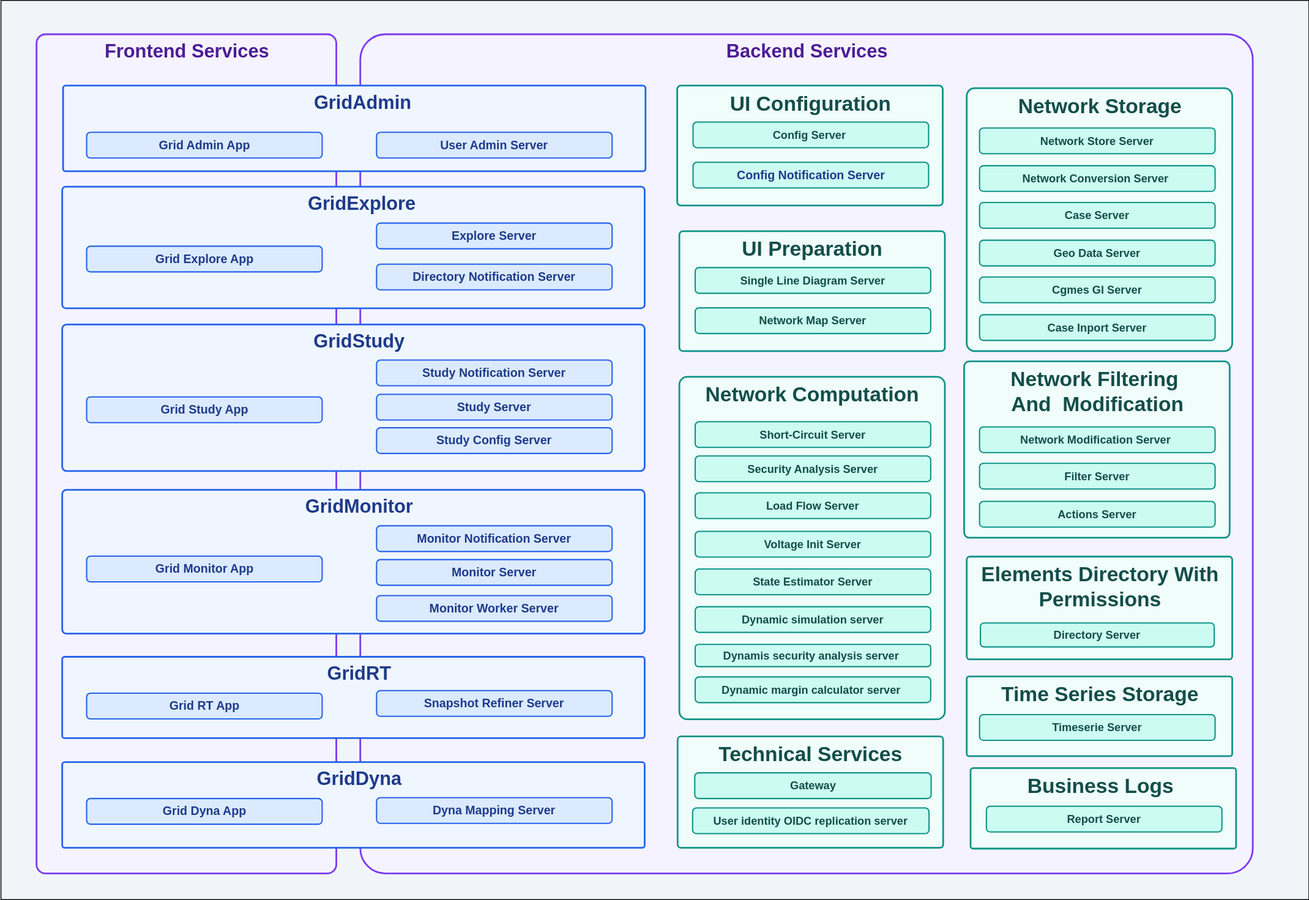
Earlier version of the draw.io export architecture/diagrams/BackendFrontend.drawio.svg (gridsuite/documentation). Source tidied: cells renumbered, new cells last; positions are measured from the earlier drawing's top-left corner, leaving out a move shared by most shapes.
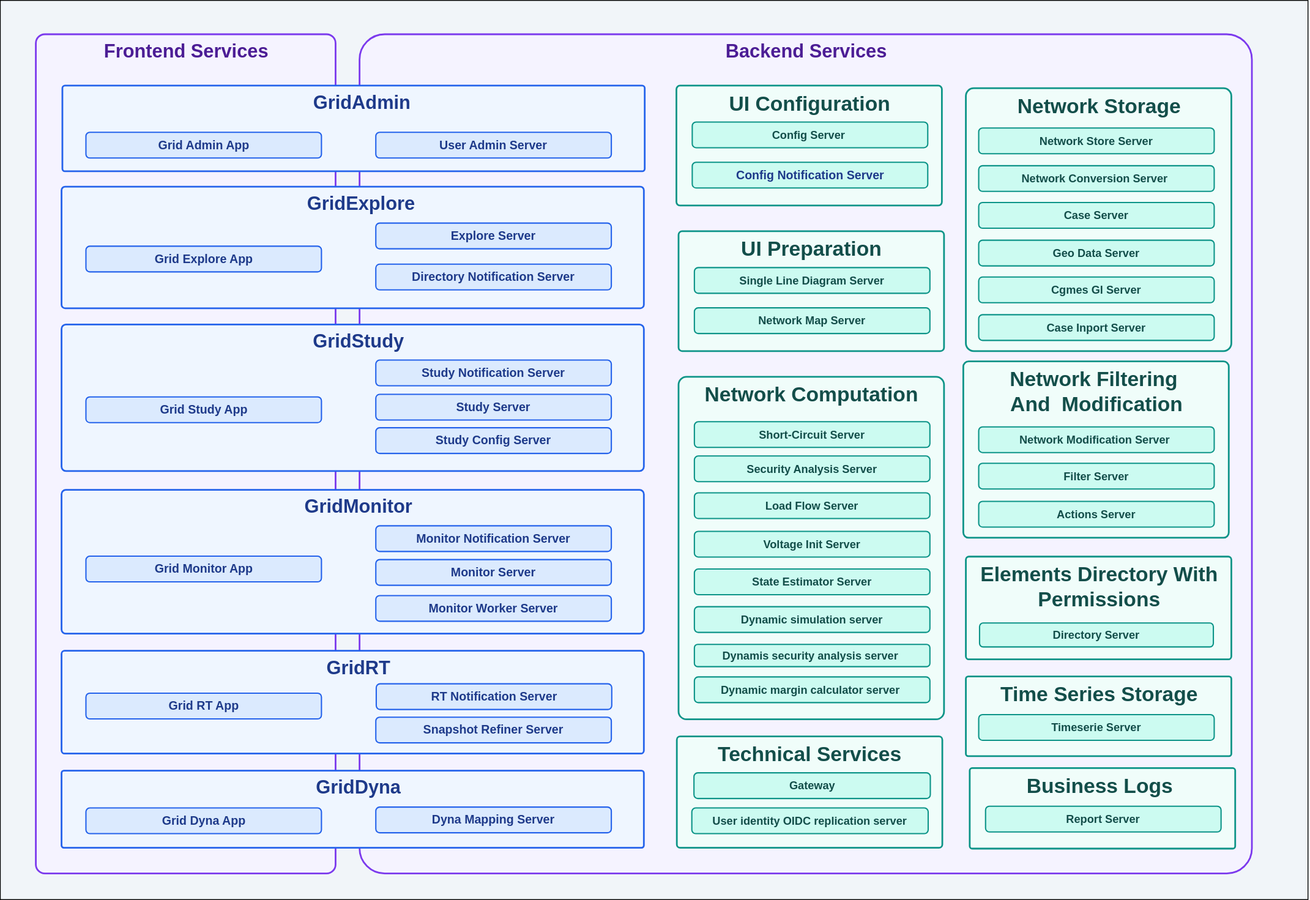
The same file after the commit.

Commit message:
Add RT Notification Server in services diagram and remove unnecessary drawio source file

The svg source file is sufficient.

The edit, as a diff of the source:
```diff
@@ -33,7 +33,7 @@
       <mxGeometry x="1128" y="103" width="310" height="307" as="geometry" />
     </mxCell>
     <mxCell id="12" value="&amp;nbsp; &amp;nbsp;GridRT&amp;nbsp;" style="rounded=1;whiteSpace=wrap;html=1;fillColor=#EFF6FF;align=center;verticalAlign=top;fontSize=22;strokeWidth=2;strokeColor=#2563EB;fontFamily=Helvetica;fontColor=#1E3A8A;arcSize=3;fontStyle=1;" parent="1" vertex="1">
-      <mxGeometry x="72" y="767" width="680" height="95" as="geometry" />
+      <mxGeometry x="72" y="760" width="680" height="120" as="geometry" />
     </mxCell>
     <mxCell id="13" value="Grid Admin App" style="rounded=1;whiteSpace=wrap;html=1;fontSize=14;fontStyle=1;fillColor=#DBEAFE;strokeColor=#2563EB;strokeWidth=1.5;fontColor=#1E3A8A;" parent="1" vertex="1">
       <mxGeometry x="100" y="154" width="275" height="30" as="geometry" />
@@ -93,7 +93,7 @@
       <mxGeometry x="100" y="809" width="275" height="30" as="geometry" />
     </mxCell>
     <mxCell id="32" value="Snapshot Refiner Server" style="rounded=1;whiteSpace=wrap;html=1;fontSize=14;fontStyle=1;fillColor=#DBEAFE;strokeColor=#2563EB;strokeWidth=1.5;fontColor=#1E3A8A;align=center;verticalAlign=middle;fontFamily=Helvetica;" parent="1" vertex="1">
-      <mxGeometry x="438.5" y="806" width="275" height="30" as="geometry" />
+      <mxGeometry x="438.5" y="837" width="275" height="30" as="geometry" />
     </mxCell>
     <mxCell id="33" value="State Estimator Server" style="rounded=1;whiteSpace=wrap;html=1;fontSize=13;fontStyle=1;fillColor=#CCFBF1;strokeColor=#0D9488;strokeWidth=1.5;fontColor=#134E4A;align=center;verticalAlign=middle;fontFamily=Helvetica;" parent="1" vertex="1">
       <mxGeometry x="810.5" y="664" width="275" height="30" as="geometry" />
@@ -123,13 +123,13 @@
       <mxGeometry x="1142.5" y="323" width="275" height="30" as="geometry" />
     </mxCell>
     <mxCell id="42" value="&amp;nbsp; &amp;nbsp;GridDyna&amp;nbsp;" style="rounded=1;whiteSpace=wrap;html=1;fillColor=#EFF6FF;align=center;verticalAlign=top;fontSize=22;strokeWidth=2;strokeColor=#2563EB;fontFamily=Helvetica;fontColor=#1E3A8A;arcSize=3;fontStyle=1;" parent="1" vertex="1">
-      <mxGeometry x="72" y="890" width="680" height="100" as="geometry" />
+      <mxGeometry x="72" y="900" width="680" height="90" as="geometry" />
     </mxCell>
     <mxCell id="43" value="Grid Dyna App" style="rounded=1;whiteSpace=wrap;html=1;fontSize=14;fontStyle=1;fillColor=#DBEAFE;strokeColor=#2563EB;strokeWidth=1.5;fontColor=#1E3A8A;" parent="1" vertex="1">
-      <mxGeometry x="100" y="932" width="275" height="30" as="geometry" />
+      <mxGeometry x="100" y="943" width="275" height="30" as="geometry" />
     </mxCell>
     <mxCell id="44" value="Dyna Mapping Server" style="rounded=1;whiteSpace=wrap;html=1;fontSize=14;fontStyle=1;fillColor=#DBEAFE;strokeColor=#2563EB;strokeWidth=1.5;fontColor=#1E3A8A;align=center;verticalAlign=middle;fontFamily=Helvetica;" parent="1" vertex="1">
-      <mxGeometry x="438.5" y="931" width="275" height="30" as="geometry" />
+      <mxGeometry x="438.5" y="942" width="275" height="30" as="geometry" />
     </mxCell>
     <mxCell id="45" value="Dynamic simulation server" style="rounded=1;whiteSpace=wrap;html=1;fontSize=13;fontStyle=1;fillColor=#CCFBF1;strokeColor=#0D9488;strokeWidth=1.5;fontColor=#134E4A;align=center;verticalAlign=middle;fontFamily=Helvetica;" parent="1" vertex="1">
       <mxGeometry x="810.5" y="708" width="275" height="30" as="geometry" />
@@ -188,5 +188,8 @@
     <mxCell id="63" value="Gateway" style="rounded=1;whiteSpace=wrap;html=1;fontSize=13;fontStyle=1;fillColor=#CCFBF1;strokeColor=#0D9488;strokeWidth=1.5;fontColor=#134E4A;align=center;verticalAlign=middle;fontFamily=Helvetica;" parent="1" vertex="1">
       <mxGeometry x="810" y="902" width="276" height="30" as="geometry" />
     </mxCell>
+    <mxCell id="64" value="RT Notification Server" style="rounded=1;whiteSpace=wrap;html=1;fontSize=14;fontStyle=1;fillColor=#DBEAFE;strokeColor=#2563EB;strokeWidth=1.5;fontColor=#1E3A8A;align=center;verticalAlign=middle;fontFamily=Helvetica;" parent="1" vertex="1">
+      <mxGeometry x="439" y="798" width="275" height="30" as="geometry" />
+    </mxCell>
   </root>
 </mxGraphModel>
```
